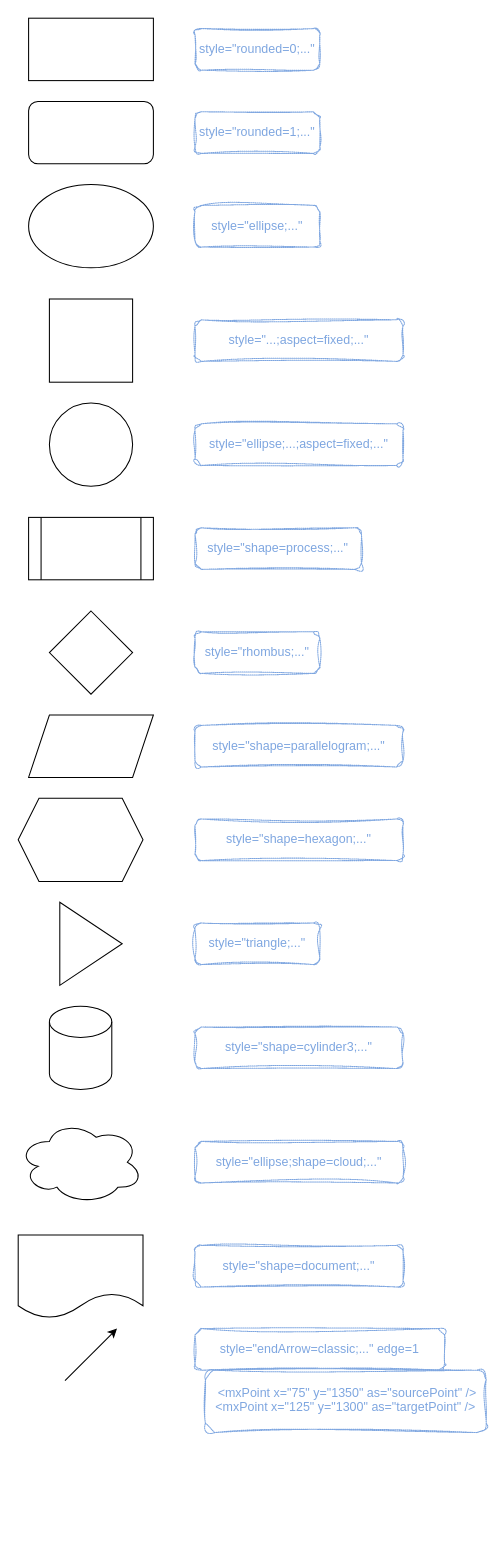
Before: sample.drawio in guitarvydas/neva, a draw.io diagram. Source tidied: cells renumbered, new cells numbered last; positions are measured from the earlier drawing's top-left corner, leaving out a move shared by most shapes. Both pictures are drawn from the tidied source at 104%, with x=0, y=0 at pixel (18, 18).
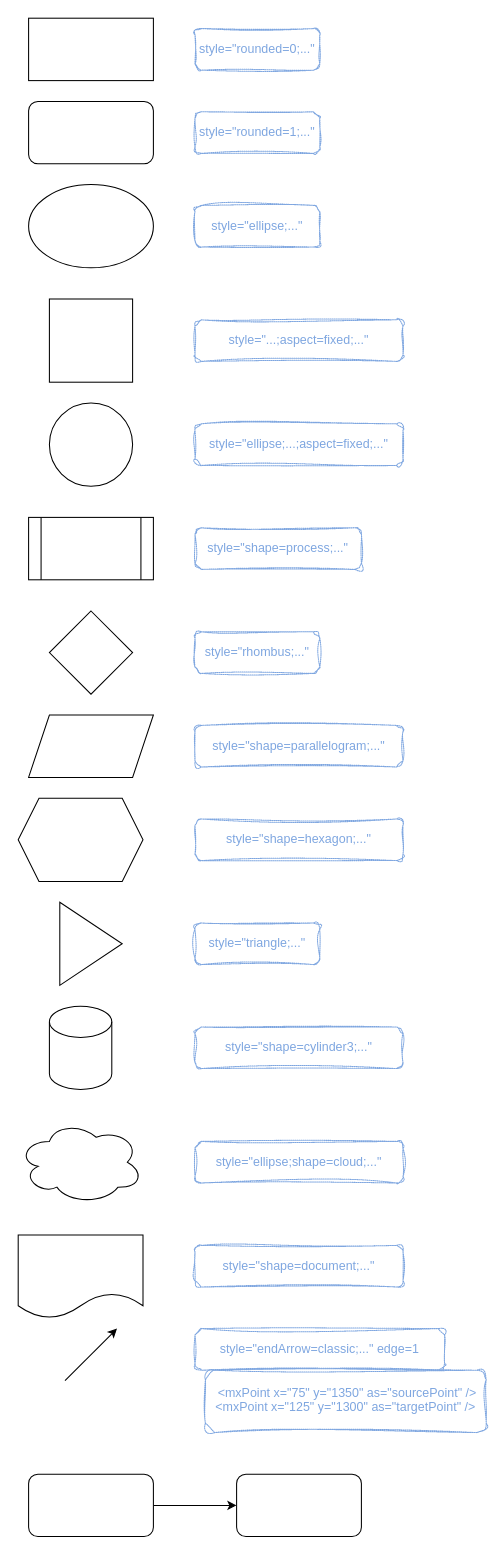
The same page after the edit.

What changed in the source:
```diff
@@
+    <mxCell id="31" style="edgeStyle=orthogonalEdgeStyle;rounded=0;jettySize=auto;html=1;exitX=1;exitY=0.5;exitDx=0;exitDy=0;entryX=0;entryY=0.5;entryDx=0;entryDy=0;fontFamily=Helvetica;fontSize=12;fontColor=#7EA6E0;" parent="1" edge="1" source="32" target="33">
+      <mxGeometry relative="1" as="geometry" />
+    </mxCell>
+    <mxCell id="32" style="rounded=1;whiteSpace=wrap;html=1;" parent="1" vertex="1">
+      <mxGeometry x="10" y="1400" width="120" height="60" as="geometry" />
+    </mxCell>
+    <mxCell id="33" style="rounded=1;whiteSpace=wrap;html=1;" parent="1" vertex="1">
+      <mxGeometry x="210" y="1400" width="120" height="60" as="geometry" />
+    </mxCell>
```
